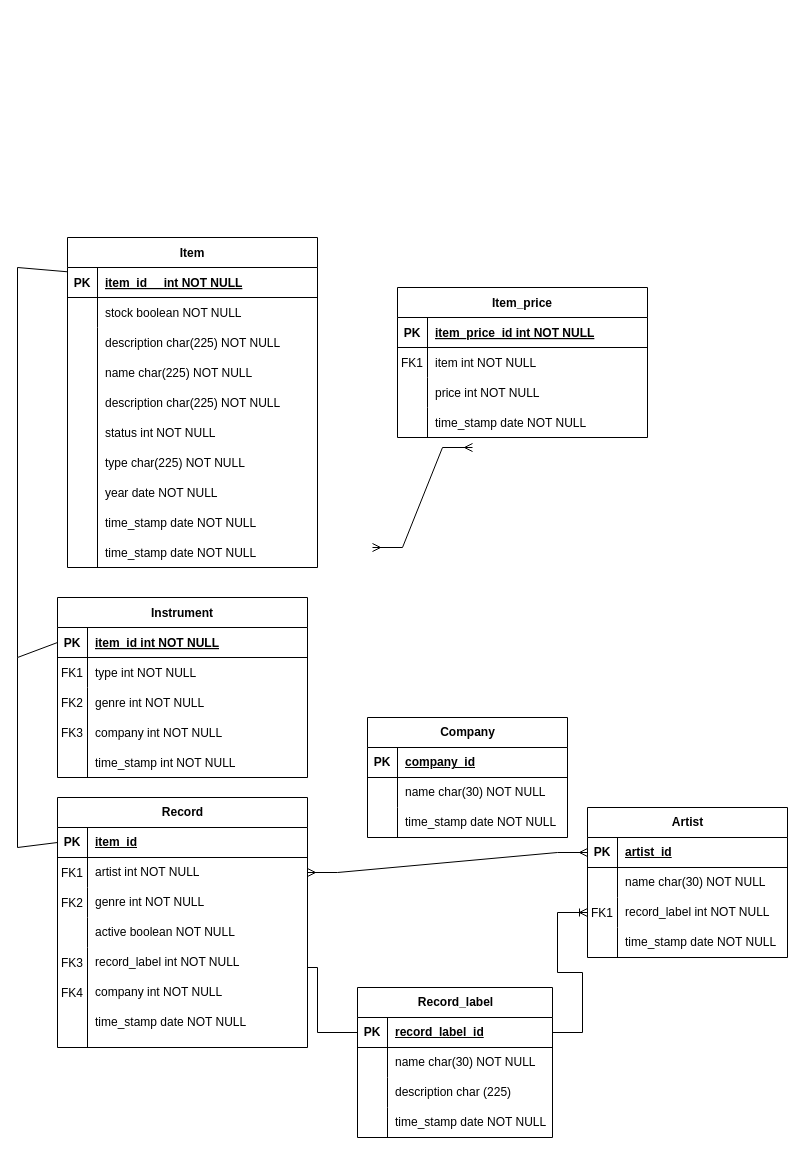
Before: Documentation/Untitled Diagram.drawio in IvoRum/Ape_Beats, a draw.io diagram. Source tidied: cells renumbered, new cells numbered last; positions are measured from the earlier drawing's top-left corner, leaving out a move shared by most shapes. Both pictures are drawn from the tidied source at 100%, with x=0, y=0 at pixel (17, 237).
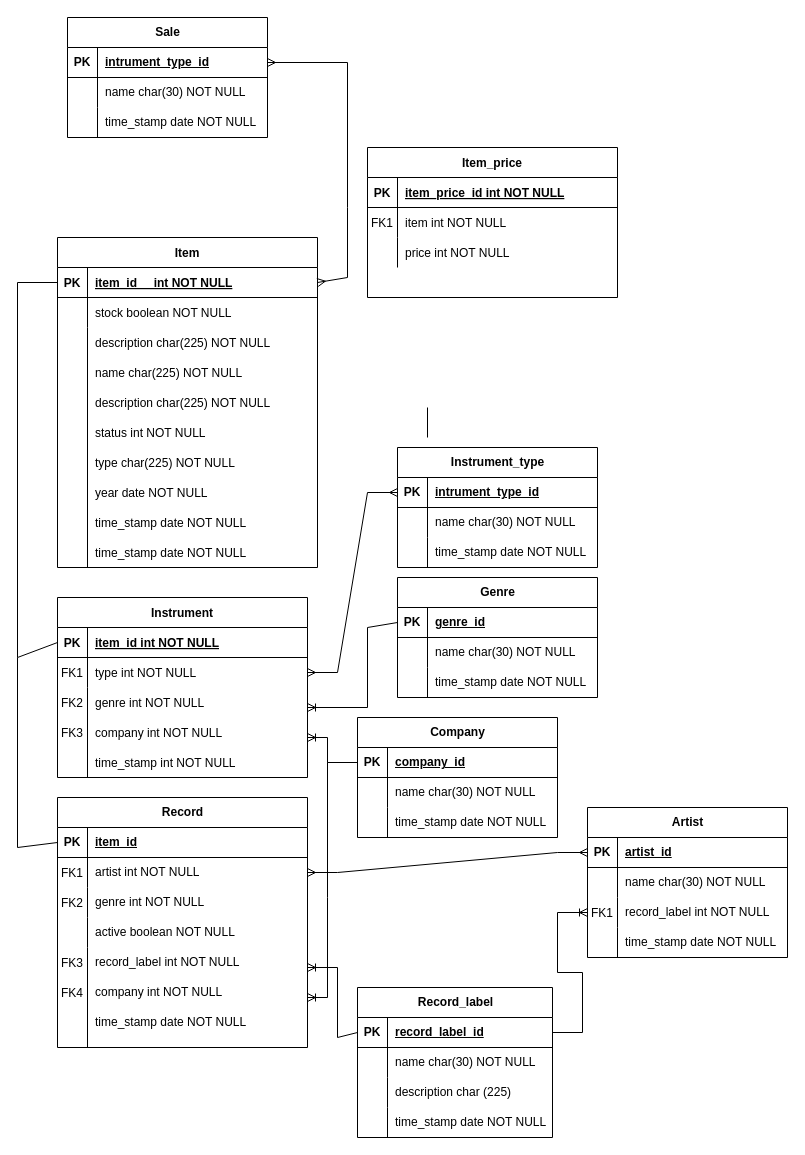
The same diagram, later.

The change refers to these unchanged cells:
```xml
<mxCell id="3" style="shape=partialRectangle;fillColor=none;points=[[0,0.5],[1,0.5]];portConstraint=eastwest;top=0;left=0;right=0;bottom=1;" parent="2" vertex="1">
  <mxGeometry y="30" width="250" height="30" as="geometry" />
</mxCell>
<mxCell id="6" style="shape=partialRectangle;fillColor=none;points=[[0,0.5],[1,0.5]];portConstraint=eastwest;top=0;left=0;right=0;bottom=0;" parent="2" vertex="1">
  <mxGeometry y="60" width="250" height="30" as="geometry" />
</mxCell>
<mxCell id="49" style="shape=tableRow;horizontal=0;startSize=0;swimlaneHead=0;swimlaneBody=0;fillColor=none;points=[[0,0.5],[1,0.5]];portConstraint=eastwest;top=0;left=0;right=0;bottom=0;" parent="45" vertex="1">
  <mxGeometry y="60" width="250" height="30" as="geometry" />
</mxCell>
<mxCell id="68" style="shape=tableRow;horizontal=0;startSize=0;swimlaneHead=0;swimlaneBody=0;fillColor=none;points=[[0,0.5],[1,0.5]];portConstraint=eastwest;top=0;left=0;right=0;bottom=1;" parent="67" vertex="1">
  <mxGeometry y="30" width="195" height="30" as="geometry" />
</mxCell>
<mxCell id="84" style="shape=tableRow;horizontal=0;startSize=0;swimlaneHead=0;swimlaneBody=0;fillColor=none;points=[[0,0.5],[1,0.5]];portConstraint=eastwest;top=0;left=0;right=0;bottom=1;" parent="83" vertex="1">
  <mxGeometry y="30" width="200" height="30" as="geometry" />
</mxCell>
<mxCell id="99" style="shape=tableRow;horizontal=0;startSize=0;swimlaneHead=0;swimlaneBody=0;fillColor=none;points=[[0,0.5],[1,0.5]];portConstraint=eastwest;top=0;left=0;right=0;bottom=1;" parent="98" vertex="1">
  <mxGeometry y="30" width="200" height="30" as="geometry" />
</mxCell>
```

What changed in the source:
```diff
@@
     <mxCell id="9" value="Item" style="shape=table;startSize=30;childLayout=tableLayout;rowLines=0;fontStyle=1;align=center;" parent="1" vertex="1">
-      <mxGeometry x="50" width="250" height="330" as="geometry" />
+      <mxGeometry x="40" width="260" height="330" as="geometry" />
     </mxCell>
     <mxCell id="10" style="shape=partialRectangle;fillColor=none;points=[[0,0.5],[1,0.5]];portConstraint=eastwest;top=0;left=0;right=0;bottom=1;" parent="9" vertex="1">
-      <mxGeometry y="30" width="250" height="30" as="geometry" />
+      <mxGeometry y="30" width="260" height="30" as="geometry" />
     </mxCell>
@@
     <mxCell id="12" value="item_id     int NOT NULL " style="shape=partialRectangle;overflow=hidden;fillColor=none;top=0;left=0;bottom=0;right=0;align=left;spacingLeft=6;fontStyle=5;" parent="10" vertex="1">
-      <mxGeometry x="30" width="220" height="30" as="geometry" />
+      <mxGeometry x="30" width="230" height="30" as="geometry" />
     </mxCell>
     <mxCell id="13" style="shape=partialRectangle;fillColor=none;top=0;left=0;right=0;bottom=0;" parent="9" vertex="1">
-      <mxGeometry y="60" width="250" height="30" as="geometry" />
+      <mxGeometry y="60" width="260" height="30" as="geometry" />
     </mxCell>
@@
     <mxCell id="15" value="stock boolean NOT NULL" style="shape=partialRectangle;overflow=hidden;fillColor=none;top=0;left=0;bottom=0;right=0;align=left;spacingLeft=6;" parent="13" vertex="1">
-      <mxGeometry x="30" width="220" height="30" as="geometry" />
+      <mxGeometry x="30" width="230" height="30" as="geometry" />
     </mxCell>
     <mxCell id="16" value="description char(225) NOT NULL" style="shape=partialRectangle;overflow=hidden;fillColor=none;top=0;left=0;bottom=0;right=0;align=left;spacingLeft=6;" parent="1" vertex="1">
-      <mxGeometry x="80" y="90" width="220" height="30" as="geometry" />
+      <mxGeometry x="70" y="90" width="220" height="30" as="geometry" />
     </mxCell>
     <mxCell id="17" value="status int NOT NULL" style="shape=partialRectangle;overflow=hidden;fillColor=none;top=0;left=0;bottom=0;right=0;align=left;spacingLeft=6;" parent="1" vertex="1">
-      <mxGeometry x="80" y="180" width="220" height="30" as="geometry" />
+      <mxGeometry x="70" y="180" width="220" height="30" as="geometry" />
     </mxCell>
     <mxCell id="18" value="type char(225) NOT NULL" style="shape=partialRectangle;overflow=hidden;fillColor=none;top=0;left=0;bottom=0;right=0;align=left;spacingLeft=6;" parent="1" vertex="1">
-      <mxGeometry x="80" y="210" width="220" height="30" as="geometry" />
+      <mxGeometry x="70" y="210" width="220" height="30" as="geometry" />
     </mxCell>
     <mxCell id="19" value="year date NOT NULL" style="shape=partialRectangle;overflow=hidden;fillColor=none;top=0;left=0;bottom=0;right=0;align=left;spacingLeft=6;" parent="1" vertex="1">
-      <mxGeometry x="80" y="240" width="220" height="30" as="geometry" />
+      <mxGeometry x="70" y="240" width="220" height="30" as="geometry" />
     </mxCell>
     <mxCell id="20" value="time_stamp date NOT NULL" style="shape=partialRectangle;overflow=hidden;fillColor=none;top=0;left=0;bottom=0;right=0;align=left;spacingLeft=6;" parent="1" vertex="1">
-      <mxGeometry x="80" y="270" width="220" height="30" as="geometry" />
+      <mxGeometry x="70" y="270" width="220" height="30" as="geometry" />
     </mxCell>
     <mxCell id="21" style="endArrow=none;html=1;rounded=0;" parent="1" edge="1">
       <mxGeometry relative="1" as="geometry">
-        <mxPoint x="80" y="330" as="sourcePoint" />
-        <mxPoint x="80" y="90" as="targetPoint" />
+        <mxPoint x="70" y="330" as="sourcePoint" />
+        <mxPoint x="70" y="90" as="targetPoint" />
       </mxGeometry>
     </mxCell>
     <mxCell id="22" value="Item_price" style="shape=table;startSize=30;childLayout=tableLayout;rowLines=0;fontStyle=1;align=center;" parent="1" vertex="1">
-      <mxGeometry x="380" y="50" width="250" height="150" as="geometry" />
+      <mxGeometry x="350" y="-90" width="250" height="150" as="geometry" />
     </mxCell>
@@
-    <mxCell id="32" value="time_stamp date NOT NULL" style="shape=partialRectangle;overflow=hidden;fillColor=none;top=0;left=0;bottom=0;right=0;align=left;spacingLeft=6;" parent="1" vertex="1">
-      <mxGeometry x="410" y="170" width="220" height="30" as="geometry" />
-    </mxCell>
@@
     <mxCell id="34" value="time_stamp date NOT NULL" style="shape=partialRectangle;overflow=hidden;fillColor=none;top=0;left=0;bottom=0;right=0;align=left;spacingLeft=6;" parent="1" vertex="1">
-      <mxGeometry x="80" y="300" width="220" height="30" as="geometry" />
+      <mxGeometry x="70" y="300" width="220" height="30" as="geometry" />
     </mxCell>
     <mxCell id="35" value="name char(225) NOT NULL" style="shape=partialRectangle;overflow=hidden;fillColor=none;top=0;left=0;bottom=0;right=0;align=left;spacingLeft=6;" parent="1" vertex="1">
-      <mxGeometry x="80" y="120" width="220" height="30" as="geometry" />
+      <mxGeometry x="70" y="120" width="220" height="30" as="geometry" />
     </mxCell>
-    <mxCell id="36" style="endArrow=none;html=1;rounded=0;exitX=0;exitY=0.5;exitDx=0;exitDy=0;" parent="1" edge="1" source="3" target="10">
+    <mxCell id="36" style="endArrow=none;html=1;rounded=0;exitX=0;exitY=0.5;exitDx=0;exitDy=0;entryX=0;entryY=0.5;entryDx=0;entryDy=0;" parent="1" edge="1" source="3" target="10">
       <mxGeometry relative="1" as="geometry">
         <Array as="points">
           <mxPoint y="420" />
-          <mxPoint y="30" />
+          <mxPoint y="45" />
         </Array>
       </mxGeometry>
     </mxCell>
     <mxCell id="37" value="description char(225) NOT NULL" style="shape=partialRectangle;overflow=hidden;fillColor=none;top=0;left=0;bottom=0;right=0;align=left;spacingLeft=6;" parent="1" vertex="1">
-      <mxGeometry x="80" y="150" width="220" height="30" as="geometry" />
+      <mxGeometry x="70" y="150" width="220" height="30" as="geometry" />
     </mxCell>
@@
     <mxCell id="81" style="edgeStyle=entityRelationEdgeStyle;fontSize=12;html=1;endArrow=ERmany;startArrow=ERmany;rounded=0;exitX=1;exitY=0.5;exitDx=0;exitDy=0;entryX=0;entryY=0.5;entryDx=0;entryDy=0;" parent="1" edge="1" source="49" target="84">
       <mxGeometry relative="1" as="geometry">
         <Array as="points">
           <mxPoint x="500" y="570" />
+          <mxPoint x="450" y="640" />
+          <mxPoint x="530" y="620" />
+          <mxPoint x="550" y="640" />
+          <mxPoint x="460" y="630" />
           <mxPoint x="430" y="660" />
+          <mxPoint x="550" y="635" />
           <mxPoint x="560" y="650" />
           <mxPoint x="500" y="600" />
         </Array>
       </mxGeometry>
     </mxCell>
-    <mxCell id="82" style="endArrow=none;html=1;rounded=0;entryX=0;entryY=0.5;entryDx=0;entryDy=0;" parent="1" edge="1" target="68">
-      <mxGeometry relative="1" as="geometry">
-        <mxPoint x="290" y="730" as="sourcePoint" />
-        <Array as="points">
-          <mxPoint x="300" y="730" />
-          <mxPoint x="300" y="795" />
-        </Array>
-      </mxGeometry>
-    </mxCell>
@@
-    <mxCell id="97" style="edgeStyle=entityRelationEdgeStyle;fontSize=12;html=1;endArrow=ERmany;startArrow=ERmany;rounded=0;" parent="1" edge="1">
+    <mxCell id="97" style="edgeStyle=entityRelationEdgeStyle;fontSize=12;html=1;endArrow=ERmany;startArrow=ERmany;rounded=0;exitX=1;exitY=0.5;exitDx=0;exitDy=0;entryX=0;entryY=0.5;entryDx=0;entryDy=0;" parent="1" edge="1" source="6" target="111">
       <mxGeometry relative="1" as="geometry">
-        <mxPoint x="355" y="310" as="sourcePoint" />
-        <mxPoint x="455" y="210" as="targetPoint" />
+        <Array as="points">
+          <mxPoint x="350" y="255" />
+          <mxPoint x="310" y="340" />
+        </Array>
       </mxGeometry>
     </mxCell>
     <mxCell id="98" value="Company" style="shape=table;startSize=30;childLayout=tableLayout;rowLines=0;fontStyle=1;align=center;html=1;" parent="1" vertex="1">
-      <mxGeometry x="350" y="480" width="200" height="120" as="geometry" />
+      <mxGeometry x="340" y="480" width="200" height="120" as="geometry" />
     </mxCell>
@@
+    <mxCell id="108" style="fontSize=12;html=1;endArrow=ERoneToMany;rounded=0;exitX=0;exitY=0.5;exitDx=0;exitDy=0;" parent="1" edge="1" source="99">
+      <mxGeometry relative="1" as="geometry">
+        <mxPoint x="290" y="760" as="targetPoint" />
+        <Array as="points">
+          <mxPoint x="310" y="525" />
+          <mxPoint x="310" y="660" />
+          <mxPoint x="310" y="760" />
+        </Array>
+      </mxGeometry>
+    </mxCell>
+    <mxCell id="109" style="fontSize=12;html=1;endArrow=ERoneToMany;rounded=0;exitX=0;exitY=0.5;exitDx=0;exitDy=0;" parent="1" edge="1" source="99">
+      <mxGeometry relative="1" as="geometry">
+        <mxPoint x="290" y="500" as="targetPoint" />
+        <Array as="points">
+          <mxPoint x="310" y="525" />
+          <mxPoint x="310" y="500" />
+        </Array>
+      </mxGeometry>
+    </mxCell>
+    <mxCell id="110" value="Instrument_type" style="shape=table;startSize=30;childLayout=tableLayout;rowLines=0;fontStyle=1;align=center;html=1;" parent="1" vertex="1">
+      <mxGeometry x="380" y="210" width="200" height="120" as="geometry" />
+    </mxCell>
+    <mxCell id="111" style="shape=tableRow;horizontal=0;startSize=0;swimlaneHead=0;swimlaneBody=0;fillColor=none;points=[[0,0.5],[1,0.5]];portConstraint=eastwest;top=0;left=0;right=0;bottom=1;" parent="110" vertex="1">
+      <mxGeometry y="30" width="200" height="30" as="geometry" />
+    </mxCell>
+    <mxCell id="112" value="PK" style="shape=partialRectangle;fillColor=none;top=0;left=0;bottom=0;right=0;fontStyle=1;overflow=hidden;whiteSpace=wrap;html=1;" parent="111" vertex="1">
+      <mxGeometry width="30" height="30" as="geometry" />
+    </mxCell>
+    <mxCell id="113" value="intrument_type_id" style="shape=partialRectangle;fillColor=none;top=0;left=0;bottom=0;right=0;align=left;spacingLeft=6;fontStyle=5;overflow=hidden;whiteSpace=wrap;html=1;" parent="111" vertex="1">
+      <mxGeometry x="30" width="170" height="30" as="geometry" />
+    </mxCell>
+    <mxCell id="114" style="shape=tableRow;horizontal=0;startSize=0;swimlaneHead=0;swimlaneBody=0;fillColor=none;top=0;left=0;right=0;bottom=0;" parent="110" vertex="1">
+      <mxGeometry y="60" width="200" height="30" as="geometry" />
+    </mxCell>
+    <mxCell id="115" style="shape=partialRectangle;fillColor=none;top=0;left=0;bottom=0;right=0;overflow=hidden;whiteSpace=wrap;html=1;" parent="114" vertex="1">
+      <mxGeometry width="30" height="30" as="geometry" />
+    </mxCell>
+    <mxCell id="116" value="name char(30) NOT NULL" style="shape=partialRectangle;fillColor=none;top=0;left=0;bottom=0;right=0;align=left;spacingLeft=6;overflow=hidden;whiteSpace=wrap;html=1;" parent="114" vertex="1">
+      <mxGeometry x="30" width="170" height="30" as="geometry" />
+    </mxCell>
+    <mxCell id="117" style="shape=tableRow;horizontal=0;startSize=0;swimlaneHead=0;swimlaneBody=0;fillColor=none;top=0;left=0;right=0;bottom=0;" parent="110" vertex="1">
+      <mxGeometry y="90" width="200" height="30" as="geometry" />
+    </mxCell>
+    <mxCell id="118" style="shape=partialRectangle;fillColor=none;top=0;left=0;bottom=0;right=0;overflow=hidden;whiteSpace=wrap;html=1;" parent="117" vertex="1">
+      <mxGeometry width="30" height="30" as="geometry" />
+    </mxCell>
+    <mxCell id="119" value="time_stamp date NOT NULL" style="shape=partialRectangle;fillColor=none;top=0;left=0;bottom=0;right=0;align=left;spacingLeft=6;overflow=hidden;whiteSpace=wrap;html=1;" parent="117" vertex="1">
+      <mxGeometry x="30" width="170" height="30" as="geometry" />
+    </mxCell>
+    <mxCell id="120" value="Genre" style="shape=table;startSize=30;childLayout=tableLayout;rowLines=0;fontStyle=1;align=center;html=1;" parent="1" vertex="1">
+      <mxGeometry x="380" y="340" width="200" height="120" as="geometry" />
+    </mxCell>
+    <mxCell id="121" style="shape=tableRow;horizontal=0;startSize=0;swimlaneHead=0;swimlaneBody=0;fillColor=none;points=[[0,0.5],[1,0.5]];portConstraint=eastwest;top=0;left=0;right=0;bottom=1;" parent="120" vertex="1">
+      <mxGeometry y="30" width="200" height="30" as="geometry" />
+    </mxCell>
+    <mxCell id="122" value="PK" style="shape=partialRectangle;fillColor=none;top=0;left=0;bottom=0;right=0;fontStyle=1;overflow=hidden;whiteSpace=wrap;html=1;" parent="121" vertex="1">
+      <mxGeometry width="30" height="30" as="geometry" />
+    </mxCell>
+    <mxCell id="123" value="genre_id" style="shape=partialRectangle;fillColor=none;top=0;left=0;bottom=0;right=0;align=left;spacingLeft=6;fontStyle=5;overflow=hidden;whiteSpace=wrap;html=1;" parent="121" vertex="1">
+      <mxGeometry x="30" width="170" height="30" as="geometry" />
+    </mxCell>
+    <mxCell id="124" style="shape=tableRow;horizontal=0;startSize=0;swimlaneHead=0;swimlaneBody=0;fillColor=none;top=0;left=0;right=0;bottom=0;" parent="120" vertex="1">
+      <mxGeometry y="60" width="200" height="30" as="geometry" />
+    </mxCell>
+    <mxCell id="125" style="shape=partialRectangle;fillColor=none;top=0;left=0;bottom=0;right=0;overflow=hidden;whiteSpace=wrap;html=1;" parent="124" vertex="1">
+      <mxGeometry width="30" height="30" as="geometry" />
+    </mxCell>
+    <mxCell id="126" value="name char(30) NOT NULL" style="shape=partialRectangle;fillColor=none;top=0;left=0;bottom=0;right=0;align=left;spacingLeft=6;overflow=hidden;whiteSpace=wrap;html=1;" parent="124" vertex="1">
+      <mxGeometry x="30" width="170" height="30" as="geometry" />
+    </mxCell>
+    <mxCell id="127" style="shape=tableRow;horizontal=0;startSize=0;swimlaneHead=0;swimlaneBody=0;fillColor=none;top=0;left=0;right=0;bottom=0;" parent="120" vertex="1">
+      <mxGeometry y="90" width="200" height="30" as="geometry" />
+    </mxCell>
+    <mxCell id="128" style="shape=partialRectangle;fillColor=none;top=0;left=0;bottom=0;right=0;overflow=hidden;whiteSpace=wrap;html=1;" parent="127" vertex="1">
+      <mxGeometry width="30" height="30" as="geometry" />
+    </mxCell>
+    <mxCell id="129" value="time_stamp date NOT NULL" style="shape=partialRectangle;fillColor=none;top=0;left=0;bottom=0;right=0;align=left;spacingLeft=6;overflow=hidden;whiteSpace=wrap;html=1;" parent="127" vertex="1">
+      <mxGeometry x="30" width="170" height="30" as="geometry" />
+    </mxCell>
+    <mxCell id="130" style="fontSize=12;html=1;endArrow=ERoneToMany;rounded=0;exitX=0;exitY=0.5;exitDx=0;exitDy=0;" parent="1" edge="1" source="121">
+      <mxGeometry relative="1" as="geometry">
+        <mxPoint x="290" y="470" as="targetPoint" />
+        <Array as="points">
+          <mxPoint x="350" y="390" />
+          <mxPoint x="350" y="470" />
+        </Array>
+      </mxGeometry>
+    </mxCell>
+    <mxCell id="131" style="fontSize=12;html=1;endArrow=ERoneToMany;rounded=0;exitX=0;exitY=0.5;exitDx=0;exitDy=0;" parent="1" edge="1" source="68">
+      <mxGeometry relative="1" as="geometry">
+        <mxPoint x="290" y="730" as="targetPoint" />
+        <Array as="points">
+          <mxPoint x="320" y="800" />
+          <mxPoint x="320" y="730" />
+        </Array>
+      </mxGeometry>
+    </mxCell>
+    <mxCell id="132" value="Sale" style="shape=table;startSize=30;childLayout=tableLayout;rowLines=0;fontStyle=1;align=center;html=1;" parent="1" vertex="1">
+      <mxGeometry x="50" y="-220" width="200" height="120" as="geometry" />
+    </mxCell>
+    <mxCell id="133" style="shape=tableRow;horizontal=0;startSize=0;swimlaneHead=0;swimlaneBody=0;fillColor=none;points=[[0,0.5],[1,0.5]];portConstraint=eastwest;top=0;left=0;right=0;bottom=1;" parent="132" vertex="1">
+      <mxGeometry y="30" width="200" height="30" as="geometry" />
+    </mxCell>
+    <mxCell id="134" value="PK" style="shape=partialRectangle;fillColor=none;top=0;left=0;bottom=0;right=0;fontStyle=1;overflow=hidden;whiteSpace=wrap;html=1;" parent="133" vertex="1">
+      <mxGeometry width="30" height="30" as="geometry" />
+    </mxCell>
+    <mxCell id="135" value="intrument_type_id" style="shape=partialRectangle;fillColor=none;top=0;left=0;bottom=0;right=0;align=left;spacingLeft=6;fontStyle=5;overflow=hidden;whiteSpace=wrap;html=1;" parent="133" vertex="1">
+      <mxGeometry x="30" width="170" height="30" as="geometry" />
+    </mxCell>
+    <mxCell id="136" style="shape=tableRow;horizontal=0;startSize=0;swimlaneHead=0;swimlaneBody=0;fillColor=none;top=0;left=0;right=0;bottom=0;" parent="132" vertex="1">
+      <mxGeometry y="60" width="200" height="30" as="geometry" />
+    </mxCell>
+    <mxCell id="137" style="shape=partialRectangle;fillColor=none;top=0;left=0;bottom=0;right=0;overflow=hidden;whiteSpace=wrap;html=1;" parent="136" vertex="1">
+      <mxGeometry width="30" height="30" as="geometry" />
+    </mxCell>
+    <mxCell id="138" value="name char(30) NOT NULL" style="shape=partialRectangle;fillColor=none;top=0;left=0;bottom=0;right=0;align=left;spacingLeft=6;overflow=hidden;whiteSpace=wrap;html=1;" parent="136" vertex="1">
+      <mxGeometry x="30" width="170" height="30" as="geometry" />
+    </mxCell>
+    <mxCell id="139" style="shape=tableRow;horizontal=0;startSize=0;swimlaneHead=0;swimlaneBody=0;fillColor=none;top=0;left=0;right=0;bottom=0;" parent="132" vertex="1">
+      <mxGeometry y="90" width="200" height="30" as="geometry" />
+    </mxCell>
+    <mxCell id="140" style="shape=partialRectangle;fillColor=none;top=0;left=0;bottom=0;right=0;overflow=hidden;whiteSpace=wrap;html=1;" parent="139" vertex="1">
+      <mxGeometry width="30" height="30" as="geometry" />
+    </mxCell>
+    <mxCell id="141" value="time_stamp date NOT NULL" style="shape=partialRectangle;fillColor=none;top=0;left=0;bottom=0;right=0;align=left;spacingLeft=6;overflow=hidden;whiteSpace=wrap;html=1;" parent="139" vertex="1">
+      <mxGeometry x="30" width="170" height="30" as="geometry" />
+    </mxCell>
+    <mxCell id="142" style="fontSize=12;html=1;endArrow=ERmany;startArrow=ERmany;rounded=0;entryX=1;entryY=0.5;entryDx=0;entryDy=0;exitX=1;exitY=0.5;exitDx=0;exitDy=0;" parent="1" edge="1" source="10" target="133">
+      <mxGeometry relative="1" as="geometry">
+        <Array as="points">
+          <mxPoint x="330" y="40" />
+          <mxPoint x="330" y="-30" />
+          <mxPoint x="330" y="-175" />
+        </Array>
+      </mxGeometry>
+    </mxCell>
```
